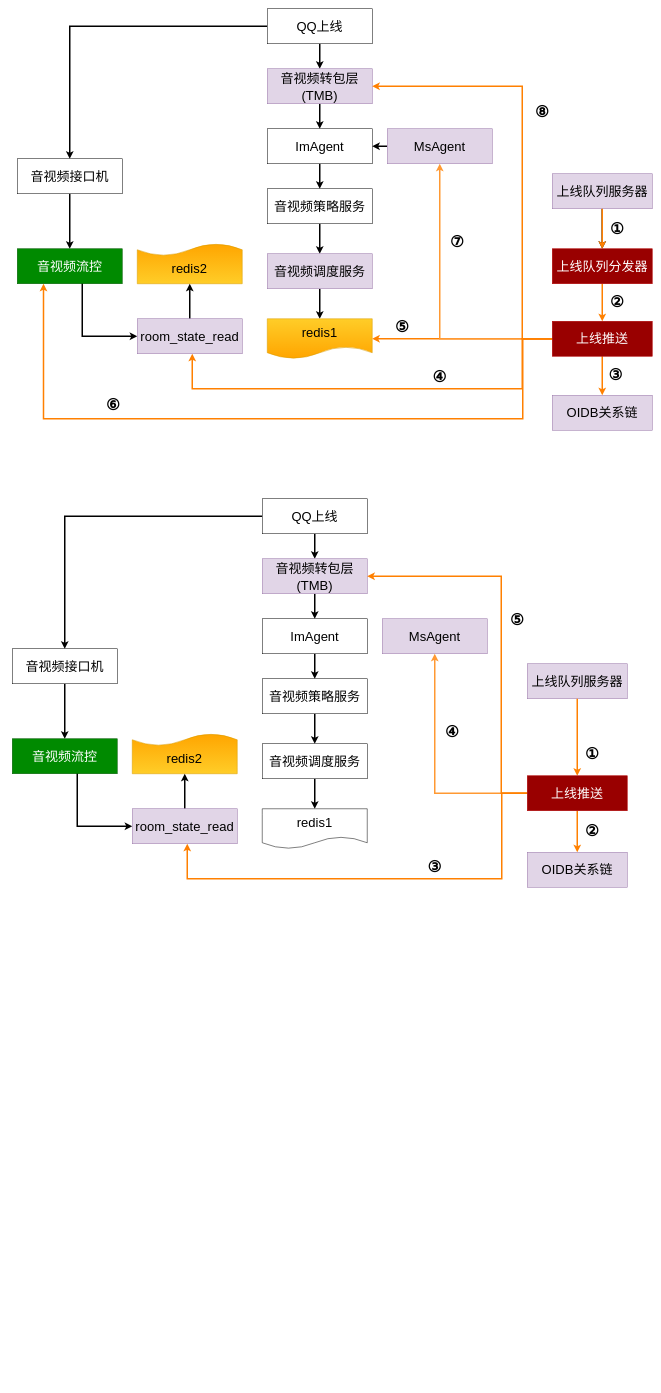
The draw.io diagram 多人上线推送总结.drawio in BBQldf/drawIO, before the edit. Source tidied: cells renumbered, new cells numbered last; positions are measured from the earlier drawing's top-left corner, leaving out a move shared by most shapes. Both pictures are drawn from the tidied source at 50%, with x=0, y=0 at pixel (12, 8).
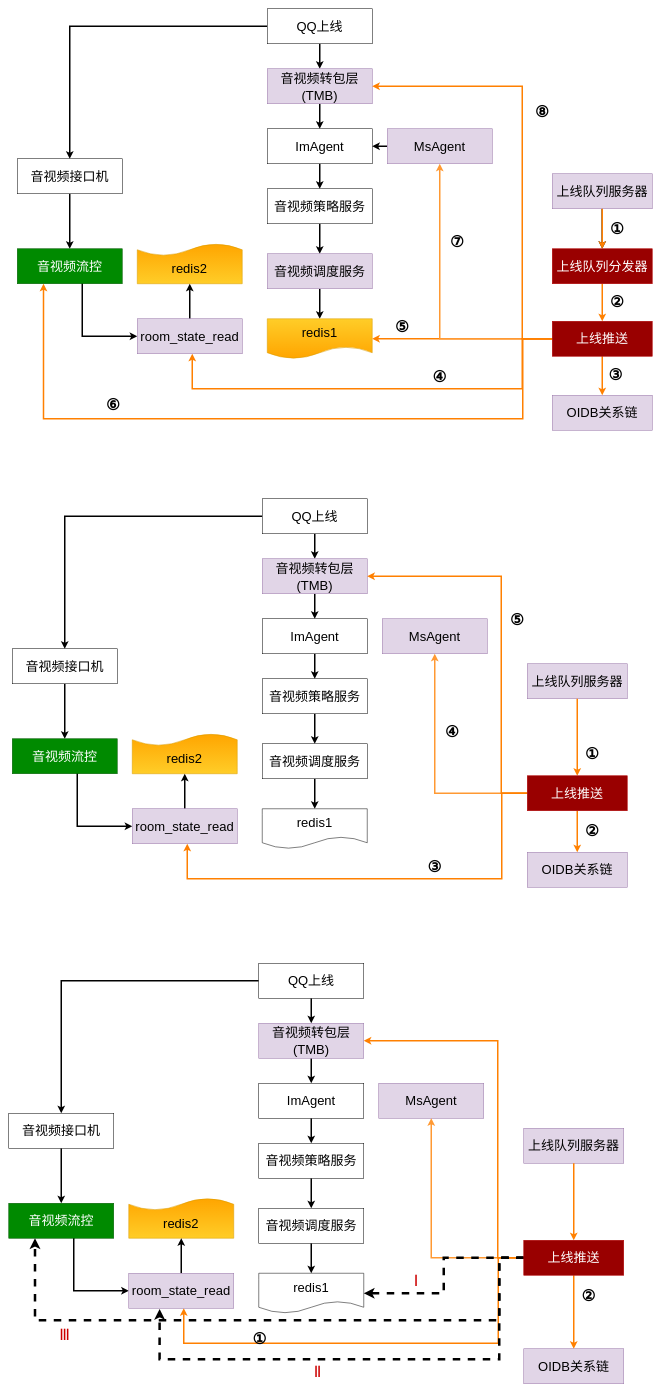
The same page after the edit.

Commit message:
更新多人上线推送总结.drawio

Change to the diagram source:
```diff
@@
+    <mxCell id="81" style="edgeStyle=orthogonalEdgeStyle;rounded=0;jettySize=auto;html=1;entryX=0.5;entryY=0;entryDx=0;entryDy=0;fontSize=26;strokeWidth=3;" parent="1" edge="1" source="83" target="85">
+      <mxGeometry relative="1" as="geometry" />
+    </mxCell>
+    <mxCell id="82" style="edgeStyle=orthogonalEdgeStyle;rounded=0;jettySize=auto;html=1;entryX=0.5;entryY=0;entryDx=0;entryDy=0;fontSize=26;strokeWidth=3;" parent="1" edge="1" source="83" target="95">
+      <mxGeometry relative="1" as="geometry" />
+    </mxCell>
+    <mxCell id="83" value="&lt;font style=&quot;font-size: 26px;&quot;&gt;QQ上线&lt;/font&gt;" style="rounded=0;whiteSpace=wrap;html=1;" parent="1" vertex="1">
+      <mxGeometry x="493" y="1909" width="210" height="70" as="geometry" />
+    </mxCell>
+    <mxCell id="84" style="edgeStyle=orthogonalEdgeStyle;rounded=0;jettySize=auto;html=1;entryX=0.5;entryY=0;entryDx=0;entryDy=0;fontSize=26;strokeWidth=3;" parent="1" edge="1" source="85" target="87">
+      <mxGeometry relative="1" as="geometry" />
+    </mxCell>
+    <mxCell id="85" value="&lt;font style=&quot;font-size: 26px;&quot;&gt;音视频转包层(TMB)&lt;/font&gt;" style="rounded=0;whiteSpace=wrap;html=1;fontSize=28;fillColor=#e1d5e7;strokeColor=#9673a6;" parent="1" vertex="1">
+      <mxGeometry x="493" y="2029" width="210" height="70" as="geometry" />
+    </mxCell>
+    <mxCell id="86" style="edgeStyle=orthogonalEdgeStyle;rounded=0;jettySize=auto;html=1;entryX=0.5;entryY=0;entryDx=0;entryDy=0;fontSize=26;strokeWidth=3;" parent="1" edge="1" source="87" target="89">
+      <mxGeometry relative="1" as="geometry" />
+    </mxCell>
+    <mxCell id="87" value="ImAgent" style="rounded=0;whiteSpace=wrap;html=1;fontSize=26;" parent="1" vertex="1">
+      <mxGeometry x="493" y="2149" width="210" height="70" as="geometry" />
+    </mxCell>
+    <mxCell id="88" style="edgeStyle=orthogonalEdgeStyle;rounded=0;jettySize=auto;html=1;fontSize=26;strokeWidth=3;" parent="1" edge="1" source="89" target="91">
+      <mxGeometry relative="1" as="geometry" />
+    </mxCell>
+    <mxCell id="89" value="音视频策略服务" style="rounded=0;whiteSpace=wrap;html=1;fontSize=26;" parent="1" vertex="1">
+      <mxGeometry x="493" y="2269" width="210" height="70" as="geometry" />
+    </mxCell>
+    <mxCell id="90" style="edgeStyle=orthogonalEdgeStyle;rounded=0;jettySize=auto;html=1;fontSize=26;strokeWidth=3;" parent="1" edge="1" source="91" target="92">
+      <mxGeometry relative="1" as="geometry" />
+    </mxCell>
+    <mxCell id="91" value="音视频调度服务" style="rounded=0;whiteSpace=wrap;html=1;fontSize=26;" parent="1" vertex="1">
+      <mxGeometry x="493" y="2399" width="210" height="70" as="geometry" />
+    </mxCell>
+    <mxCell id="92" value="redis1" style="shape=document;whiteSpace=wrap;html=1;boundedLbl=1;fontSize=26;" parent="1" vertex="1">
+      <mxGeometry x="493" y="2529" width="210" height="80" as="geometry" />
+    </mxCell>
+    <mxCell id="93" value="MsAgent" style="rounded=0;whiteSpace=wrap;html=1;fontSize=26;fillColor=#e1d5e7;strokeColor=#9673a6;" parent="1" vertex="1">
+      <mxGeometry x="733" y="2149" width="210" height="70" as="geometry" />
+    </mxCell>
+    <mxCell id="94" style="edgeStyle=orthogonalEdgeStyle;rounded=0;jettySize=auto;html=1;entryX=0.5;entryY=0;entryDx=0;entryDy=0;fontSize=26;strokeWidth=3;" parent="1" edge="1" source="95" target="97">
+      <mxGeometry relative="1" as="geometry" />
+    </mxCell>
+    <mxCell id="95" value="音视频接口机" style="rounded=0;whiteSpace=wrap;html=1;fontSize=26;" parent="1" vertex="1">
+      <mxGeometry x="-7" y="2209" width="210" height="70" as="geometry" />
+    </mxCell>
+    <mxCell id="96" style="edgeStyle=orthogonalEdgeStyle;rounded=0;jettySize=auto;html=1;exitX=0.627;exitY=0.995;exitDx=0;exitDy=0;entryX=0;entryY=0.5;entryDx=0;entryDy=0;fontSize=26;strokeWidth=3;exitPerimeter=0;" parent="1" edge="1" source="97" target="113">
+      <mxGeometry relative="1" as="geometry">
+        <Array as="points">
+          <mxPoint x="123" y="2459" />
+          <mxPoint x="123" y="2564" />
+        </Array>
+      </mxGeometry>
+    </mxCell>
+    <mxCell id="97" value="音视频流控" style="rounded=0;whiteSpace=wrap;html=1;fontSize=26;fillColor=#008a00;fontColor=#ffffff;strokeColor=#005700;" parent="1" vertex="1">
+      <mxGeometry x="-7" y="2389" width="210" height="70" as="geometry" />
+    </mxCell>
+    <mxCell id="98" value="上线队列服务器" style="rounded=0;whiteSpace=wrap;html=1;fontSize=26;fillColor=#e1d5e7;strokeColor=#9673a6;" parent="1" vertex="1">
+      <mxGeometry x="1023" y="2239" width="200" height="70" as="geometry" />
+    </mxCell>
+    <mxCell id="99" style="edgeStyle=orthogonalEdgeStyle;rounded=0;jettySize=auto;html=1;fontSize=26;strokeWidth=3;strokeColor=#FF8000;exitX=0.5;exitY=1;exitDx=0;exitDy=0;" parent="1" edge="1" source="98" target="107">
+      <mxGeometry relative="1" as="geometry" />
+    </mxCell>
+    <mxCell id="100" style="edgeStyle=orthogonalEdgeStyle;rounded=0;jettySize=auto;html=1;fontSize=26;strokeWidth=3;strokeColor=#FF8000;" parent="1" edge="1" source="107" target="108">
+      <mxGeometry relative="1" as="geometry" />
+    </mxCell>
+    <mxCell id="101" style="edgeStyle=orthogonalEdgeStyle;rounded=0;jettySize=auto;html=1;entryX=0.5;entryY=1;entryDx=0;entryDy=0;fontSize=26;strokeWidth=3;strokeColor=#FF9933;" parent="1" edge="1" source="107" target="93">
+      <mxGeometry relative="1" as="geometry" />
+    </mxCell>
+    <mxCell id="102" style="edgeStyle=orthogonalEdgeStyle;rounded=0;jettySize=auto;html=1;entryX=1;entryY=0.5;entryDx=0;entryDy=0;fontSize=26;strokeWidth=3;strokeColor=#FF8000;" parent="1" edge="1" source="107" target="85">
+      <mxGeometry relative="1" as="geometry">
+        <Array as="points">
+          <mxPoint x="971" y="2498" />
+          <mxPoint x="971" y="2064" />
+        </Array>
+      </mxGeometry>
+    </mxCell>
+    <mxCell id="103" style="edgeStyle=orthogonalEdgeStyle;rounded=0;jettySize=auto;html=1;fontSize=26;strokeWidth=3;strokeColor=#FF8000;" parent="1" edge="1" source="107" target="113">
+      <mxGeometry relative="1" as="geometry">
+        <Array as="points">
+          <mxPoint x="972" y="2498" />
+          <mxPoint x="972" y="2669" />
+          <mxPoint x="343" y="2669" />
+        </Array>
+      </mxGeometry>
+    </mxCell>
+    <mxCell id="104" style="edgeStyle=orthogonalEdgeStyle;rounded=0;jettySize=auto;html=1;fontSize=31;strokeColor=#000000;strokeWidth=5;dashed=1;" parent="1" edge="1" source="107" target="92">
+      <mxGeometry relative="1" as="geometry" />
+    </mxCell>
+    <mxCell id="105" style="edgeStyle=orthogonalEdgeStyle;rounded=0;jettySize=auto;html=1;entryX=0.25;entryY=1;entryDx=0;entryDy=0;dashed=1;fontSize=31;strokeColor=#000000;strokeWidth=5;" parent="1" edge="1" source="107" target="97">
+      <mxGeometry relative="1" as="geometry">
+        <Array as="points">
+          <mxPoint x="974" y="2498" />
+          <mxPoint x="974" y="2623" />
+          <mxPoint x="46" y="2623" />
+        </Array>
+      </mxGeometry>
+    </mxCell>
+    <mxCell id="106" style="edgeStyle=orthogonalEdgeStyle;rounded=0;jettySize=auto;html=1;entryX=0.294;entryY=1.019;entryDx=0;entryDy=0;dashed=1;fontSize=31;fontColor=#CC0000;strokeColor=#000000;strokeWidth=5;entryPerimeter=0;" parent="1" edge="1" source="107" target="113">
+      <mxGeometry relative="1" as="geometry">
+        <Array as="points">
+          <mxPoint x="974" y="2498" />
+          <mxPoint x="974" y="2701" />
+          <mxPoint x="295" y="2701" />
+        </Array>
+      </mxGeometry>
+    </mxCell>
+    <mxCell id="107" value="上线推送" style="rounded=0;whiteSpace=wrap;html=1;fontSize=26;fillColor=#990000;fontColor=#ffffff;strokeColor=#B20000;" parent="1" vertex="1">
+      <mxGeometry x="1023" y="2463" width="200" height="70" as="geometry" />
+    </mxCell>
+    <mxCell id="108" value="OIDB关系链" style="rounded=0;whiteSpace=wrap;html=1;fontSize=26;fillColor=#e1d5e7;strokeColor=#9673a6;" parent="1" vertex="1">
+      <mxGeometry x="1023" y="2680" width="200" height="70" as="geometry" />
+    </mxCell>
+    <mxCell id="109" style="group;" parent="1" vertex="1">
+      <mxGeometry x="233" y="2379" width="210" height="80" as="geometry" />
+    </mxCell>
+    <mxCell id="110" style="shape=document;whiteSpace=wrap;html=1;boundedLbl=1;fontSize=26;rotation=-180;fillColor=#ffcd28;gradientColor=#ffa500;strokeColor=#d79b00;" parent="109" vertex="1">
+      <mxGeometry width="210" height="80" as="geometry" />
+    </mxCell>
+    <mxCell id="111" value="redis2" style="text;html=1;strokeColor=none;fillColor=none;align=center;verticalAlign=middle;whiteSpace=wrap;rounded=0;fontSize=26;" parent="109" vertex="1">
+      <mxGeometry x="76.4" y="35" width="57.3" height="30" as="geometry" />
+    </mxCell>
+    <mxCell id="112" style="edgeStyle=orthogonalEdgeStyle;rounded=0;jettySize=auto;html=1;entryX=0.5;entryY=0;entryDx=0;entryDy=0;fontSize=26;strokeWidth=3;" parent="1" edge="1" source="113" target="110">
+      <mxGeometry relative="1" as="geometry" />
+    </mxCell>
+    <mxCell id="113" value="room_state_read" style="rounded=0;whiteSpace=wrap;html=1;fontSize=26;fillColor=#e1d5e7;strokeColor=#9673a6;" parent="1" vertex="1">
+      <mxGeometry x="233" y="2529" width="210" height="70" as="geometry" />
+    </mxCell>
+    <mxCell id="114" value="&lt;b&gt;&lt;font style=&quot;font-size: 31px;&quot;&gt;②&lt;/font&gt;&lt;/b&gt;" style="text;html=1;strokeColor=none;fillColor=none;align=center;verticalAlign=middle;whiteSpace=wrap;rounded=0;fontSize=26;" parent="1" vertex="1">
+      <mxGeometry x="1123" y="2548" width="60" height="50" as="geometry" />
+    </mxCell>
+    <mxCell id="115" value="&lt;b&gt;&lt;font style=&quot;font-size: 31px;&quot;&gt;①&lt;/font&gt;&lt;/b&gt;" style="text;html=1;strokeColor=none;fillColor=none;align=center;verticalAlign=middle;whiteSpace=wrap;rounded=0;fontSize=26;" parent="1" vertex="1">
+      <mxGeometry x="465" y="2634" width="60" height="50" as="geometry" />
+    </mxCell>
+    <mxCell id="116" value="&lt;font color=&quot;#cc0000&quot;&gt;Ⅰ&lt;/font&gt;" style="text;html=1;strokeColor=none;fillColor=none;align=center;verticalAlign=middle;whiteSpace=wrap;rounded=0;fontSize=31;" parent="1" vertex="1">
+      <mxGeometry x="778" y="2529" width="60" height="30" as="geometry" />
+    </mxCell>
+    <mxCell id="117" value="&lt;font color=&quot;#cc0000&quot;&gt;Ⅱ&lt;/font&gt;" style="text;html=1;strokeColor=none;fillColor=none;align=center;verticalAlign=middle;whiteSpace=wrap;rounded=0;fontSize=31;" parent="1" vertex="1">
+      <mxGeometry x="581" y="2711" width="60" height="30" as="geometry" />
+    </mxCell>
+    <mxCell id="118" value="&lt;font color=&quot;#cc0000&quot;&gt;Ⅲ&lt;/font&gt;" style="text;html=1;strokeColor=none;fillColor=none;align=center;verticalAlign=middle;whiteSpace=wrap;rounded=0;fontSize=31;" parent="1" vertex="1">
+      <mxGeometry x="75" y="2636" width="60" height="30" as="geometry" />
+    </mxCell>
```
